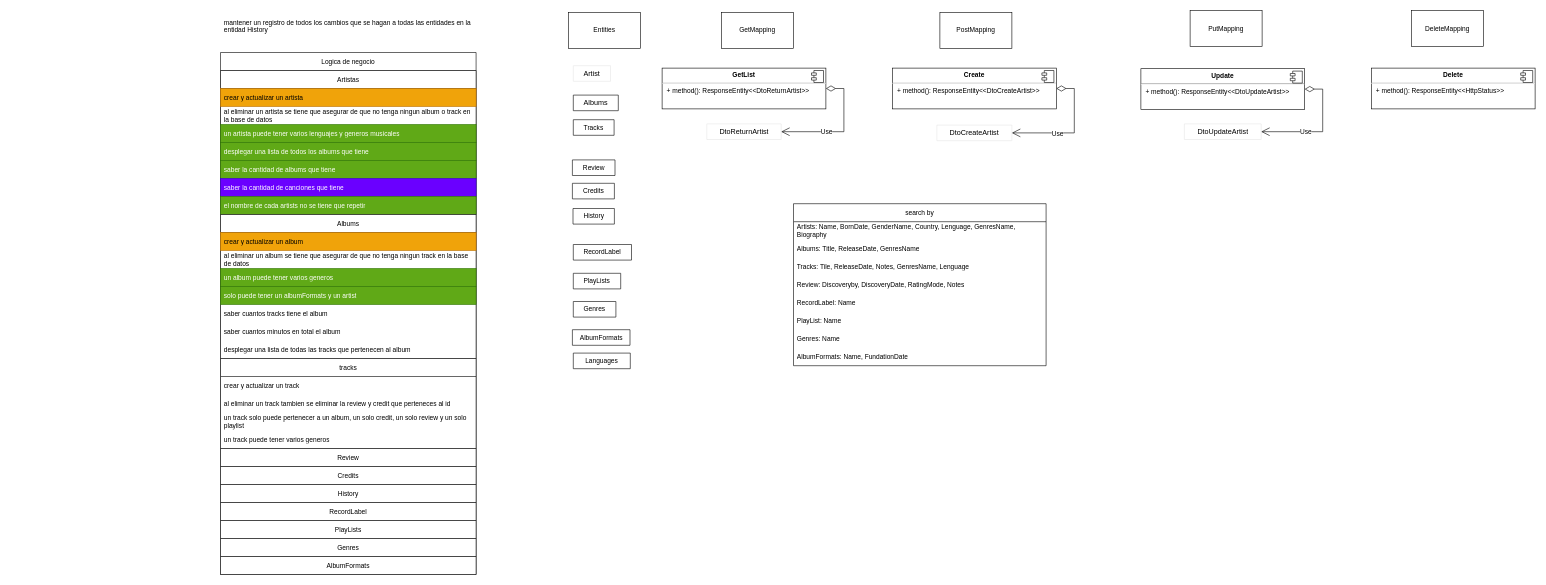
Earlier version of the draw.io diagram page "planificando restful api" (4 of 4) of digrams.drawio (GutengMorgen/ShzTy). Source tidied: cells renumbered, new cells numbered last; positions are measured from the earlier drawing's top-left corner, leaving out a move shared by most shapes. Both pictures are drawn from the tidied source at 60%, with x=0, y=0 at pixel (220, 10).
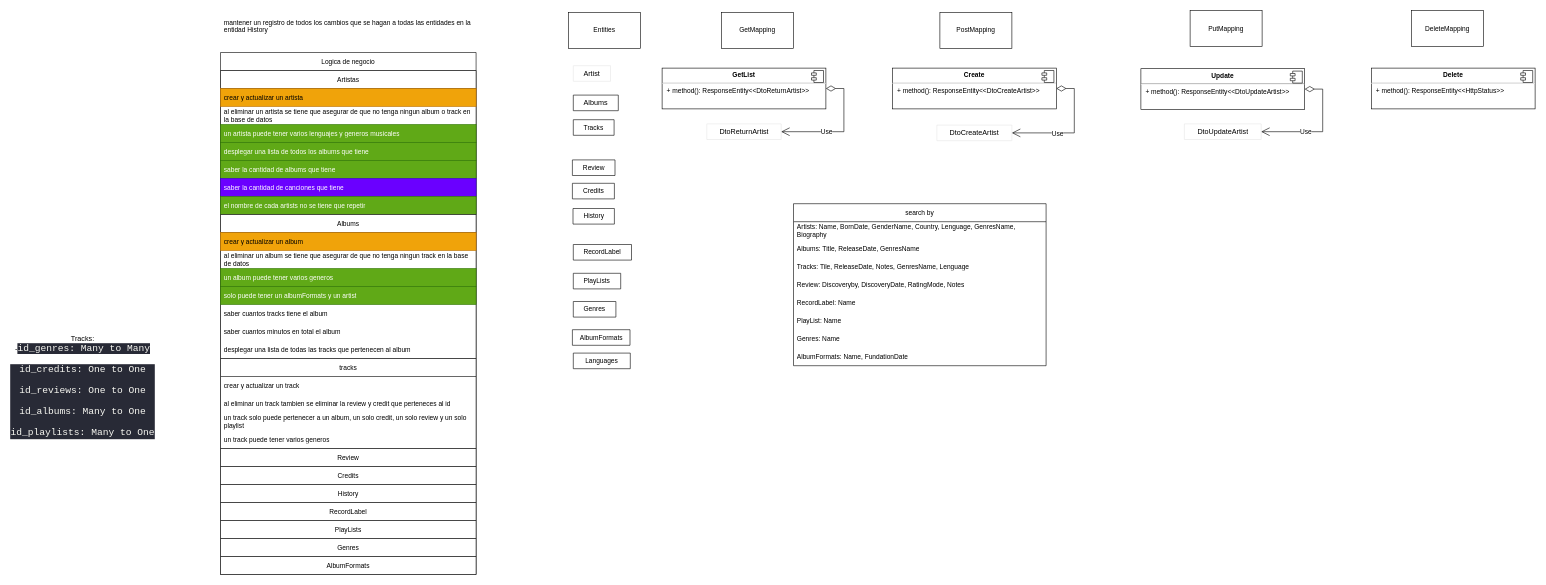
The same diagram, later.

Change to the diagram source:
```diff
@@
+    <mxCell id="74" value="Tracks:&lt;br&gt;-&lt;span style=&quot;font-family: Consolas, monospace; font-size: 12pt; background-color: rgb(40, 42, 54); color: rgb(248, 248, 242);&quot;&gt;id_genres: Many to Many&lt;br&gt;&lt;/span&gt;&lt;div style=&quot;background-color:#282a36;color:#f8f8f2&quot;&gt;&lt;pre style=&quot;font-family:'Consolas',monospace;font-size:12.0pt;&quot;&gt;id_credits: One to One&lt;/pre&gt;&lt;pre style=&quot;font-family:'Consolas',monospace;font-size:12.0pt;&quot;&gt;&lt;div&gt;&lt;pre style=&quot;font-family:'Consolas',monospace;font-size:12.0pt;&quot;&gt;id_reviews: One to One&lt;/pre&gt;&lt;pre style=&quot;font-family:'Consolas',monospace;font-size:12.0pt;&quot;&gt;&lt;div&gt;&lt;pre style=&quot;font-family:'Consolas',monospace;font-size:12.0pt;&quot;&gt;id_albums: Many to One&lt;/pre&gt;&lt;pre style=&quot;font-family:'Consolas',monospace;font-size:12.0pt;&quot;&gt;&lt;div&gt;&lt;pre style=&quot;font-family:'Consolas',monospace;font-size:12.0pt;&quot;&gt;id_playlists: Many to One&lt;/pre&gt;&lt;/div&gt;&lt;/pre&gt;&lt;/div&gt;&lt;/pre&gt;&lt;/div&gt;&lt;/pre&gt;&lt;/div&gt;" style="text;html=1;align=center;verticalAlign=middle;strokeColor=none;fillColor=none;" parent="1" vertex="1">
+      <mxGeometry x="-349" y="534" width="238" height="202" as="geometry" />
+    </mxCell>
```
